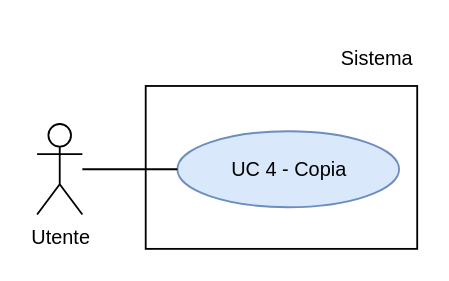
The draw.io diagram RTB/doc_esterna/analisi-dei-requisiti/assets/draw.io/UC4.drawio in thebitless-group-swe/thebitless.github.io, before the edit. Source tidied: cells renumbered, new cells numbered last; positions are measured from the earlier drawing's top-left corner, leaving out a move shared by most shapes. Both pictures are drawn from the tidied source at 181%, with x=0, y=0 at pixel (36, 31).
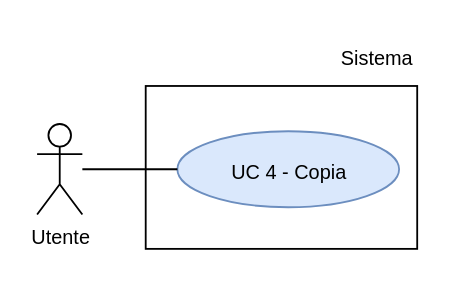
The same diagram, later.

What changed in the source:
```diff
@@
 <mxGraphModel>
   <root>
     <mxCell id="0" />
     <mxCell id="1" parent="0" />
     <mxCell id="2" value="Utente" style="shape=umlActor;verticalLabelPosition=bottom;verticalAlign=top;html=1;outlineConnect=0;fontSize=11;" parent="1" vertex="1">
       <mxGeometry y="51" width="25" height="50" as="geometry" />
     </mxCell>
     <mxCell id="3" style="rounded=0;whiteSpace=wrap;html=1;strokeWidth=1;" parent="1" vertex="1">
       <mxGeometry x="60" y="30" width="150" height="90" as="geometry" />
     </mxCell>
     <mxCell id="4" value="Sistema" style="text;html=1;whiteSpace=wrap;strokeColor=none;fillColor=none;align=right;verticalAlign=middle;fontSize=11;" parent="1" vertex="1">
       <mxGeometry x="150" width="60" height="30" as="geometry" />
     </mxCell>
-    <mxCell id="5" value="UC 4 - Copia" style="ellipse;whiteSpace=wrap;html=1;fillColor=#dae8fc;strokeColor=#6c8ebf;fontSize=11;" parent="1" vertex="1">
+    <mxCell id="5" value="UC 4 - Copia" style="ellipse;whiteSpace=wrap;html=1;fillColor=#dae8fc;strokeColor=#6c8ebf;fontSize=11;convertToSvg=1;svgWhiteSpace=wrap;labelBorderColor=none;labelBackgroundColor=none;spacingBottom=-4;" parent="1" vertex="1">
       <mxGeometry x="77.5" y="55" width="122.5" height="42" as="geometry" />
     </mxCell>
     <mxCell id="6" style="edgeStyle=none;rounded=0;jettySize=auto;html=1;endArrow=none;endFill=0;" parent="1" edge="1" source="2" target="5">
       <mxGeometry relative="1" as="geometry" />
     </mxCell>
     <mxCell id="7" style="edgeStyle=orthogonalEdgeStyle;rounded=0;orthogonalLoop=1;jettySize=auto;html=1;exitX=0.5;exitY=1;exitDx=0;exitDy=0;" parent="1" edge="1" source="4" target="4">
       <mxGeometry relative="1" as="geometry" />
     </mxCell>
   </root>
 </mxGraphModel>
```
